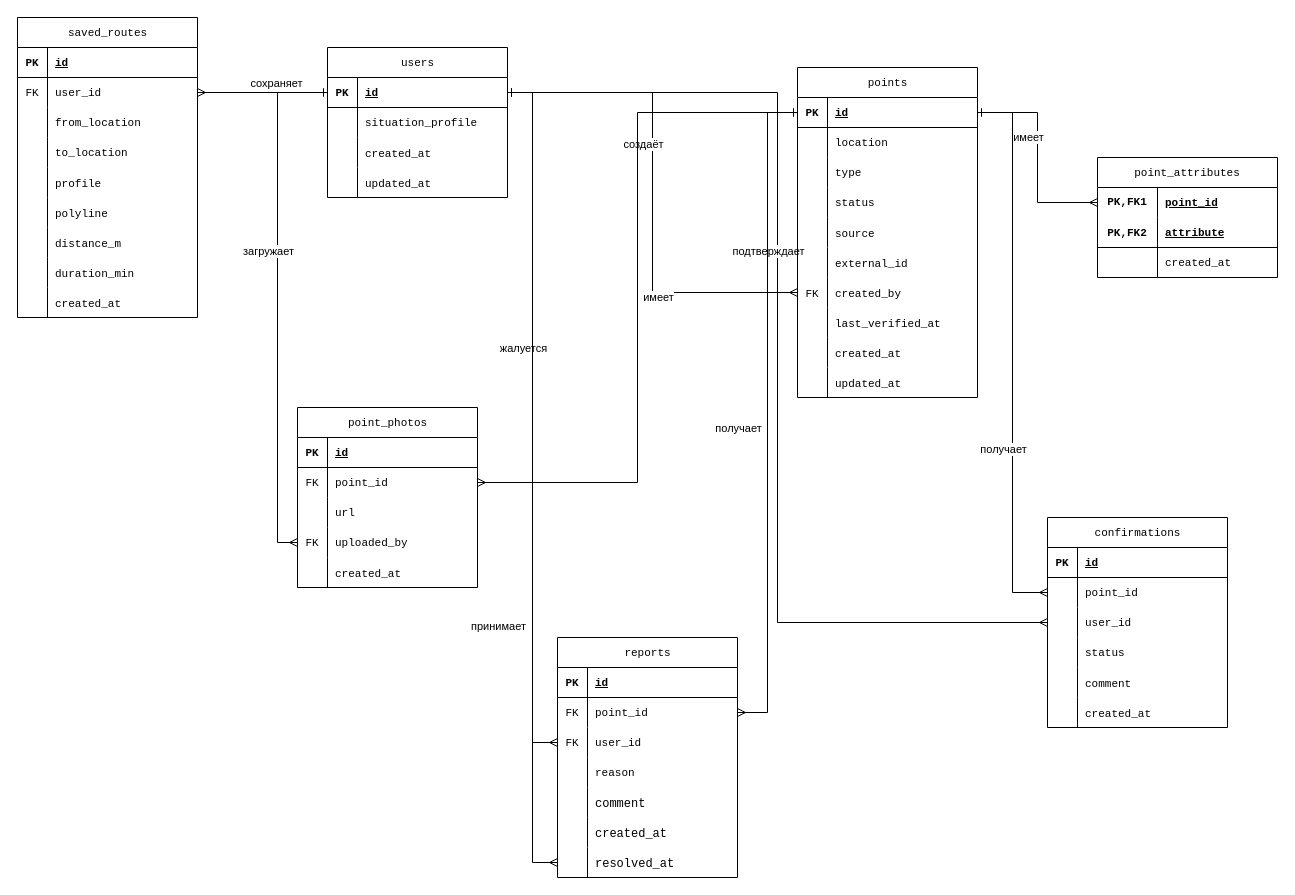
Muenme/MyMap keeps this draw.io diagram as docs/UML/ER-диаграмма.drawio. Above is the earlier version. Source tidied: cells renumbered, new cells numbered last; positions are measured from the earlier drawing's top-left corner, leaving out a move shared by most shapes. Both pictures are drawn from the tidied source at 100%, with x=0, y=0 at pixel (17, 17).
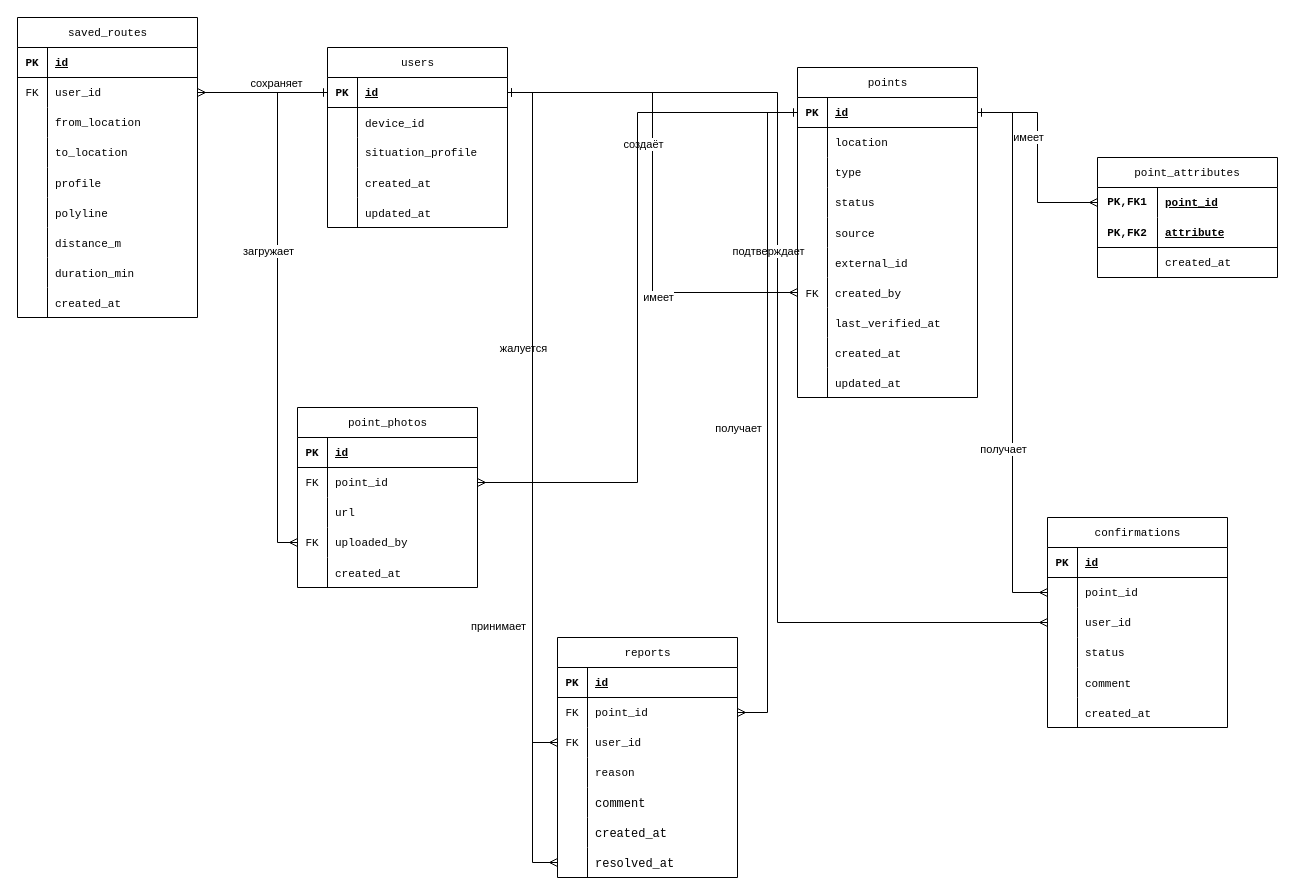
The same page after the edit.

Commit message (it also covers changes not shown here):
Изменение er-диаграммы

Diff of the diagram source:
```diff
@@
     <mxCell id="146" value="&lt;span style=&quot;font-family: &amp;quot;Courier New&amp;quot;; font-size: 11px; font-weight: 400; text-align: left; white-space: normal;&quot;&gt;users&lt;/span&gt;" style="shape=table;startSize=30;childLayout=tableLayout;rowLines=0;fontStyle=1;align=center;html=1;" parent="1" vertex="1">
-      <mxGeometry x="310" y="30" width="180" height="150" as="geometry" />
+      <mxGeometry x="310" y="30" width="180" height="180" as="geometry" />
     </mxCell>
@@
+    <mxCell id="161" style="shape=tableRow;horizontal=0;startSize=0;swimlaneHead=0;swimlaneBody=0;fillColor=none;top=0;left=0;right=0;bottom=0;" parent="146" vertex="1">
+      <mxGeometry y="60" width="180" height="30" as="geometry" />
+    </mxCell>
+    <mxCell id="162" style="shape=partialRectangle;fillColor=none;top=0;left=0;bottom=0;right=0;overflow=hidden;" parent="161" vertex="1">
+      <mxGeometry width="30" height="30" as="geometry" />
+    </mxCell>
+    <mxCell id="163" value="device_id" style="shape=partialRectangle;fillColor=none;top=0;left=0;bottom=0;right=0;align=left;spacingLeft=6;overflow=hidden;fontFamily=Courier New;fontSize=11;" parent="161" vertex="1">
+      <mxGeometry x="30" width="150" height="30" as="geometry" />
+    </mxCell>
     <mxCell id="150" style="shape=tableRow;horizontal=0;startSize=0;swimlaneHead=0;swimlaneBody=0;fillColor=none;top=0;left=0;right=0;bottom=0;" parent="146" vertex="1">
-      <mxGeometry y="60" width="180" height="30" as="geometry" />
+      <mxGeometry y="90" width="180" height="30" as="geometry" />
     </mxCell>
@@
     <mxCell id="153" style="shape=tableRow;horizontal=0;startSize=0;swimlaneHead=0;swimlaneBody=0;fillColor=none;top=0;left=0;right=0;bottom=0;" parent="146" vertex="1">
-      <mxGeometry y="90" width="180" height="30" as="geometry" />
+      <mxGeometry y="120" width="180" height="30" as="geometry" />
     </mxCell>
@@
     <mxCell id="156" style="shape=tableRow;horizontal=0;startSize=0;swimlaneHead=0;swimlaneBody=0;fillColor=none;top=0;left=0;right=0;bottom=0;" parent="146" vertex="1">
-      <mxGeometry y="120" width="180" height="30" as="geometry" />
+      <mxGeometry y="150" width="180" height="30" as="geometry" />
     </mxCell>
```
